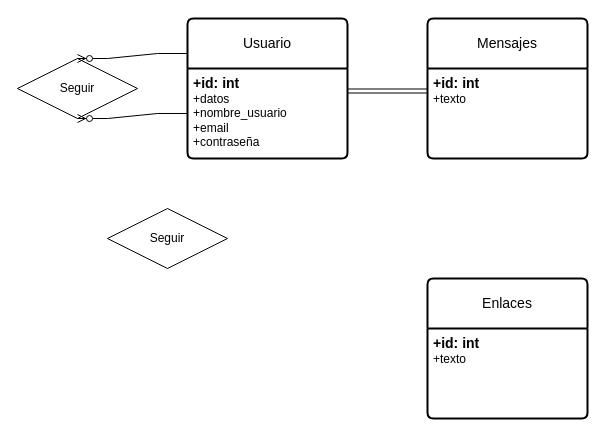
AsierGArranz/aga-sru-sa-t-UD12DiagramaER-11102023 keeps this draw.io diagram as ejercicio16.drawio. Above is the earlier version. Source tidied: cells renumbered, new cells numbered last; positions are measured from the earlier drawing's top-left corner, leaving out a move shared by most shapes. Both pictures are drawn from the tidied source at 100%, with x=0, y=0 at pixel (17, 18).
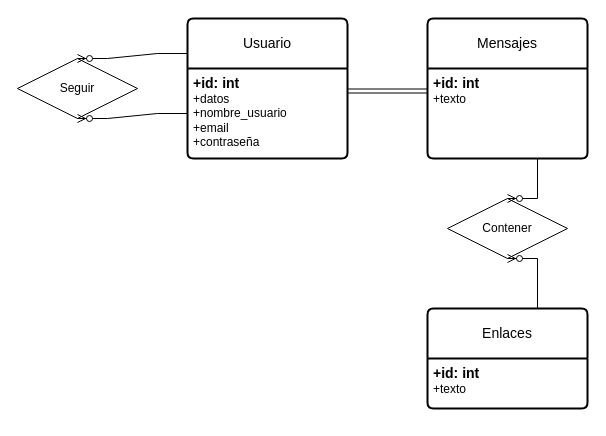
The same diagram, later.

Change to the diagram source:
```diff
@@
 <mxGraphModel>
   <root>
     <mxCell id="0" />
     <mxCell id="1" parent="0" />
     <mxCell id="2" value="Usuario" style="swimlane;horizontal=1;startSize=50;rounded=1;fontSize=14;fontStyle=0;strokeWidth=2;shadow=0;dashed=0;align=center;arcSize=4;whiteSpace=wrap;html=1;" parent="1" vertex="1">
       <mxGeometry x="170" width="160" height="140" as="geometry" />
     </mxCell>
     <mxCell id="3" value="&lt;font style=&quot;font-size: 14px;&quot;&gt;&lt;b&gt;+id: int&lt;/b&gt;&lt;/font&gt;&lt;br&gt;+datos&lt;br&gt;+nombre_usuario&lt;br&gt;+email&lt;br&gt;+contraseña" style="align=left;strokeColor=none;fillColor=none;spacingLeft=4;fontSize=12;verticalAlign=top;html=1;" parent="2" vertex="1">
       <mxGeometry y="50" width="160" height="90" as="geometry" />
     </mxCell>
     <mxCell id="4" value="Mensajes" style="swimlane;horizontal=1;startSize=50;rounded=1;fontSize=14;fontStyle=0;strokeWidth=2;shadow=0;dashed=0;align=center;arcSize=4;whiteSpace=wrap;html=1;" parent="1" vertex="1">
       <mxGeometry x="410" width="160" height="140" as="geometry" />
     </mxCell>
     <mxCell id="5" value="&lt;font style=&quot;font-size: 14px;&quot;&gt;&lt;b&gt;+id: int&lt;/b&gt;&lt;/font&gt;&lt;br&gt;+texto" style="align=left;strokeColor=none;fillColor=none;spacingLeft=4;fontSize=12;verticalAlign=top;html=1;" parent="4" vertex="1">
       <mxGeometry y="50" width="160" height="90" as="geometry" />
     </mxCell>
     <mxCell id="6" value="Enlaces" style="swimlane;horizontal=1;startSize=50;rounded=1;fontSize=14;fontStyle=0;strokeWidth=2;shadow=0;dashed=0;align=center;arcSize=4;whiteSpace=wrap;html=1;" parent="1" vertex="1">
-      <mxGeometry x="410" y="260" width="160" height="140" as="geometry" />
+      <mxGeometry x="410" y="290" width="160" height="100" as="geometry" />
     </mxCell>
     <mxCell id="7" value="&lt;font style=&quot;font-size: 14px;&quot;&gt;&lt;b&gt;+id: int&lt;/b&gt;&lt;/font&gt;&lt;br&gt;+texto" style="align=left;strokeColor=none;fillColor=none;spacingLeft=4;fontSize=12;verticalAlign=top;html=1;" parent="6" vertex="1">
-      <mxGeometry y="50" width="160" height="90" as="geometry" />
+      <mxGeometry y="50" width="160" height="50" as="geometry" />
     </mxCell>
     <mxCell id="8" value="Seguir" style="shape=rhombus;perimeter=rhombusPerimeter;whiteSpace=wrap;html=1;align=center;" parent="1" vertex="1">
       <mxGeometry y="40" width="120" height="60" as="geometry" />
     </mxCell>
     <mxCell id="9" style="edgeStyle=entityRelationEdgeStyle;fontSize=12;html=1;endArrow=ERzeroToMany;endFill=1;rounded=0;entryX=0.5;entryY=0;entryDx=0;entryDy=0;exitX=0;exitY=0.25;exitDx=0;exitDy=0;" parent="1" edge="1" source="2" target="8">
       <mxGeometry relative="1" as="geometry" />
     </mxCell>
     <mxCell id="10" style="edgeStyle=entityRelationEdgeStyle;fontSize=12;html=1;endArrow=ERzeroToMany;endFill=1;rounded=0;entryX=0.5;entryY=1;entryDx=0;entryDy=0;exitX=0;exitY=0.5;exitDx=0;exitDy=0;" parent="1" edge="1" source="3" target="8">
       <mxGeometry relative="1" as="geometry" />
     </mxCell>
     <mxCell id="11" style="shape=link;html=1;rounded=0;exitX=1;exitY=0.25;exitDx=0;exitDy=0;entryX=0;entryY=0.25;entryDx=0;entryDy=0;" parent="1" edge="1" source="3" target="5">
       <mxGeometry relative="1" as="geometry" />
     </mxCell>
-    <mxCell id="12" value="Seguir" style="shape=rhombus;perimeter=rhombusPerimeter;whiteSpace=wrap;html=1;align=center;" parent="1" vertex="1">
-      <mxGeometry x="90" y="190" width="120" height="60" as="geometry" />
+    <mxCell id="12" value="Contener" style="shape=rhombus;perimeter=rhombusPerimeter;whiteSpace=wrap;html=1;align=center;" parent="1" vertex="1">
+      <mxGeometry x="430" y="180" width="120" height="60" as="geometry" />
     </mxCell>
+    <mxCell id="13" style="edgeStyle=entityRelationEdgeStyle;fontSize=12;html=1;endArrow=ERzeroToMany;endFill=1;rounded=0;entryX=0.5;entryY=0;entryDx=0;entryDy=0;exitX=0.5;exitY=1;exitDx=0;exitDy=0;" parent="1" edge="1" source="5" target="12">
+      <mxGeometry relative="1" as="geometry" />
+    </mxCell>
+    <mxCell id="14" style="edgeStyle=entityRelationEdgeStyle;fontSize=12;html=1;endArrow=ERzeroToMany;endFill=1;rounded=0;entryX=0.5;entryY=1;entryDx=0;entryDy=0;exitX=0.5;exitY=0;exitDx=0;exitDy=0;" parent="1" edge="1" source="6" target="12">
+      <mxGeometry relative="1" as="geometry" />
+    </mxCell>
   </root>
 </mxGraphModel>
```
